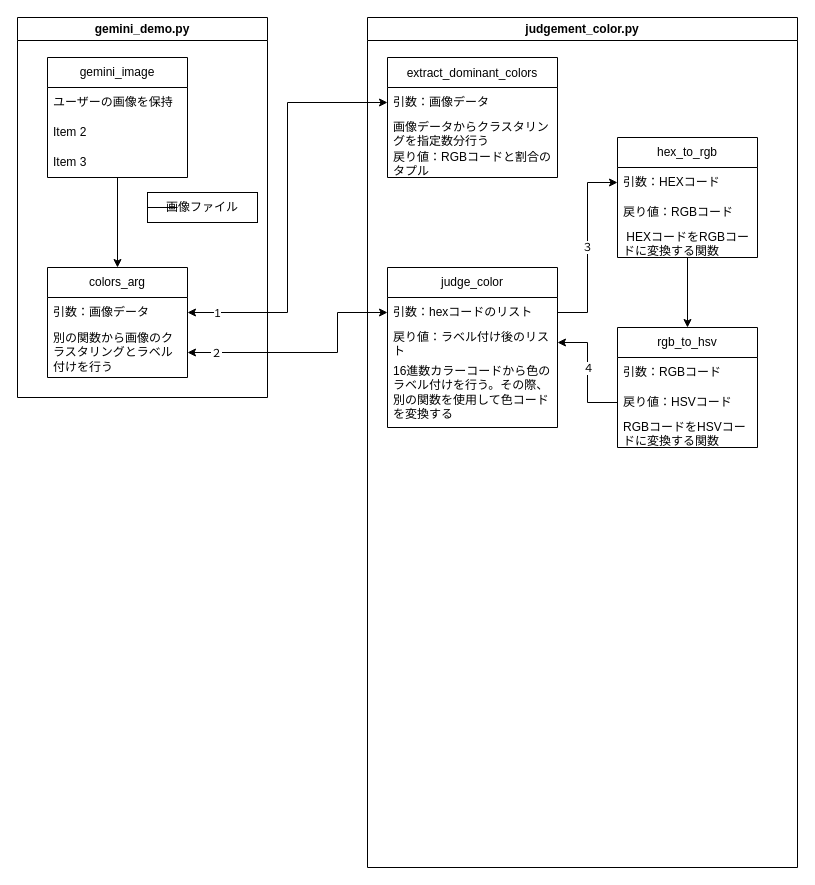
This is SnapScore関数相関図.drawio from Sansyou47/kd-develop-2024-team-A, a draw.io file, before an edit. Source tidied: cells renumbered, new cells numbered last; positions are measured from the earlier drawing's top-left corner, leaving out a move shared by most shapes. Both pictures are drawn from the tidied source at 100%, with x=0, y=0 at pixel (17, 17).
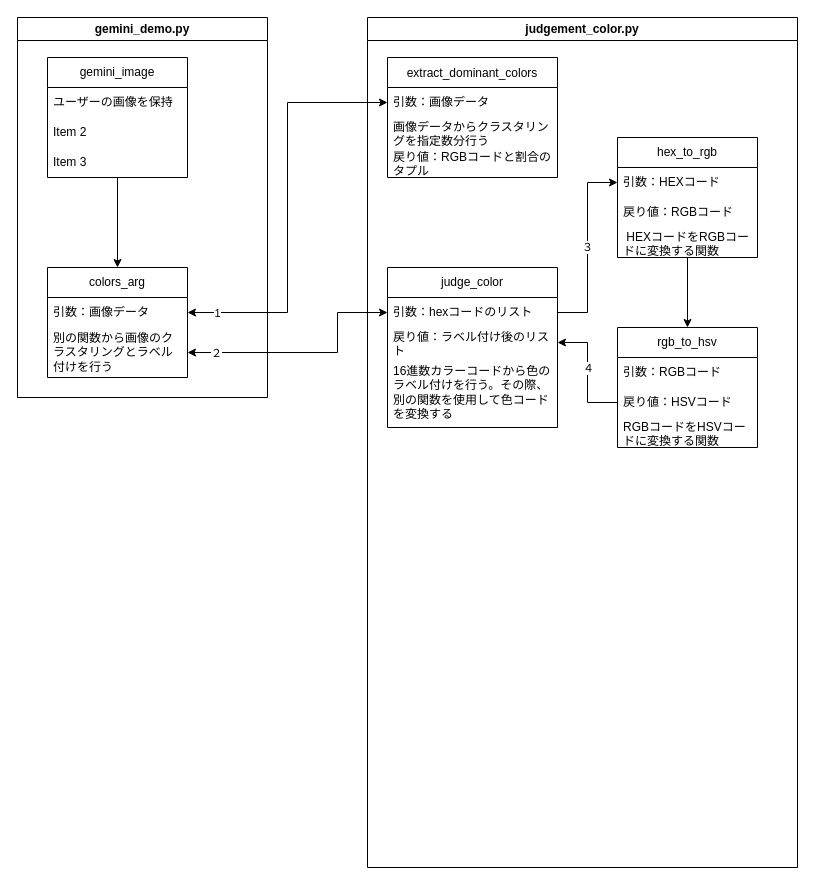
After the change.

Unchanged cells that the change refers to:
```xml
<mxCell id="2" value="gemini_demo.py" style="swimlane;whiteSpace=wrap;html=1;" parent="1" vertex="1">
  <mxGeometry width="250" height="380" as="geometry" />
</mxCell>
```

The edit, as a diff of the source:
```diff
@@
-    <mxCell id="11" value="画像ファイル" style="rounded=0;whiteSpace=wrap;html=1;" parent="2" vertex="1">
-      <mxGeometry x="130" y="175" width="110" height="30" as="geometry" />
-    </mxCell>
-    <mxCell id="12" style="endArrow=none;html=1;rounded=0;" parent="1" edge="1" target="11">
-      <mxGeometry relative="1" as="geometry">
-        <mxPoint x="160" y="190" as="sourcePoint" />
-      </mxGeometry>
-    </mxCell>
```
